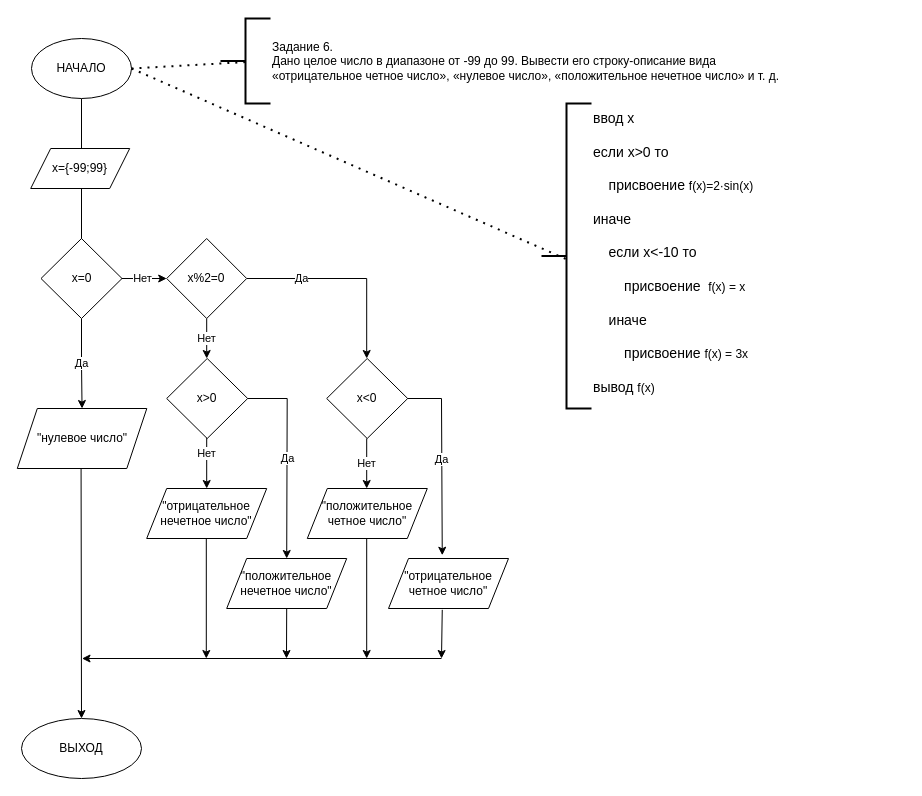
The draw.io diagram Task_01_06.drawio in paweltaranov/Pawel_Taranov_Zadanie_01, before the edit. Source tidied: cells renumbered, new cells numbered last; positions are measured from the earlier drawing's top-left corner, leaving out a move shared by most shapes. Both pictures are drawn from the tidied source at 100%, with x=0, y=0 at pixel (17, 18).
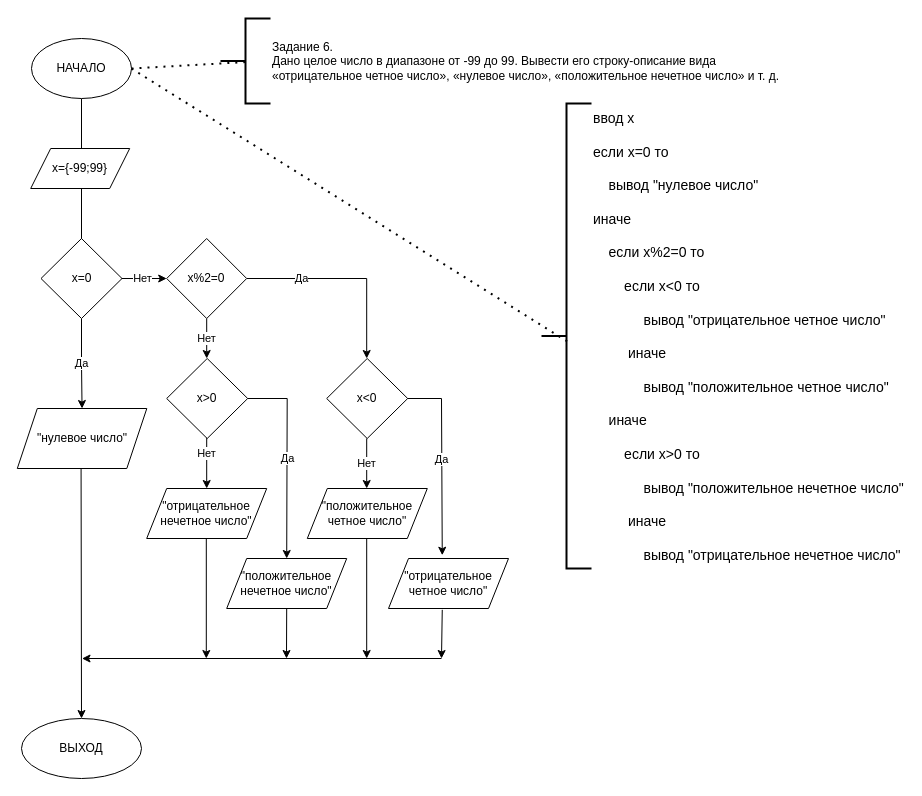
The same page after the edit.

Diff of the diagram source:
```diff
@@
-    <mxCell id="12" value="ввод х&lt;br&gt;&lt;br&gt;если x&amp;gt;0 то&lt;br&gt;&lt;span&gt; &lt;/span&gt;&lt;span&gt; &lt;/span&gt;&lt;br&gt;&lt;span&gt;&lt;/span&gt;&amp;nbsp; &amp;nbsp; присвоение&amp;nbsp;&lt;span style=&quot;font-size: 12px ; text-align: center&quot;&gt;f(x)=2·sin(x)&lt;/span&gt;&lt;br&gt;&amp;nbsp; &amp;nbsp;&amp;nbsp;&lt;br&gt;иначе &lt;br&gt;&amp;nbsp; &amp;nbsp; &lt;br&gt;&amp;nbsp; &amp;nbsp; если x&amp;lt;-10 то&lt;br&gt;&lt;br&gt;&amp;nbsp; &amp;nbsp; &amp;nbsp; &amp;nbsp; присвоение&amp;nbsp;&amp;nbsp;&lt;span style=&quot;font-size: 12px ; text-align: center&quot;&gt;f(x) = x&lt;/span&gt;&lt;br&gt;&lt;br&gt;&amp;nbsp; &amp;nbsp; иначе&amp;nbsp;&lt;br&gt;&lt;br&gt;&amp;nbsp; &amp;nbsp; &amp;nbsp; &amp;nbsp; присвоение&amp;nbsp;&lt;span style=&quot;font-size: 12px ; text-align: center&quot;&gt;f(x) = 3&lt;/span&gt;&lt;span style=&quot;font-size: 12px ; text-align: center&quot;&gt;x&lt;/span&gt;&lt;br&gt;&lt;br&gt;вывод&amp;nbsp;&lt;span style=&quot;font-size: 12px ; text-align: center&quot;&gt;f(x)&lt;/span&gt;" style="strokeWidth=2;html=1;shape=mxgraph.flowchart.annotation_2;align=left;labelPosition=right;verticalAlign=top;fontSize=14;spacing=2;spacingBottom=0;spacingLeft=0;spacingTop=0;horizontal=1;" parent="1" vertex="1">
-      <mxGeometry x="524" y="85" width="50" height="305" as="geometry" />
+    <mxCell id="12" value="ввод х&lt;br&gt;&lt;br&gt;если x=0 то&lt;br&gt;&lt;span&gt; &lt;/span&gt;&lt;span&gt; &lt;/span&gt;&lt;br&gt;&lt;span&gt;&lt;/span&gt;&amp;nbsp; &amp;nbsp; вывод &quot;нулевое число&quot;&lt;br&gt;&amp;nbsp; &amp;nbsp;&amp;nbsp;&lt;br&gt;иначе &lt;br&gt;&amp;nbsp; &amp;nbsp; &lt;br&gt;&amp;nbsp; &amp;nbsp; если x%2=0 то&lt;br&gt;&lt;br&gt;&amp;nbsp; &amp;nbsp; &amp;nbsp; &amp;nbsp; если х&amp;lt;0 то&lt;br&gt;&lt;br&gt;&amp;nbsp; &amp;nbsp; &amp;nbsp; &amp;nbsp; &amp;nbsp; &amp;nbsp; &amp;nbsp;вывод &quot;отрицательное четное число&quot;&lt;br&gt;&lt;br&gt;&amp;nbsp; &amp;nbsp; &amp;nbsp; &amp;nbsp; &amp;nbsp;иначе&amp;nbsp;&amp;nbsp;&lt;br&gt;&lt;br&gt;&amp;nbsp; &amp;nbsp; &amp;nbsp; &amp;nbsp; &amp;nbsp; &amp;nbsp; &amp;nbsp;вывод &quot;положительное четное число&quot;&lt;br&gt;&lt;br&gt;&amp;nbsp; &amp;nbsp; иначе&lt;br&gt;&lt;br&gt;&amp;nbsp; &amp;nbsp; &amp;nbsp; &amp;nbsp; если х&amp;gt;0 то&lt;br&gt;&lt;br&gt;&amp;nbsp; &amp;nbsp; &amp;nbsp; &amp;nbsp; &amp;nbsp; &amp;nbsp; &amp;nbsp;вывод &quot;положительное нечетное число&quot;&lt;br&gt;&lt;br&gt;&amp;nbsp; &amp;nbsp; &amp;nbsp; &amp;nbsp; &amp;nbsp;иначе&amp;nbsp;&amp;nbsp;&lt;br&gt;&lt;br&gt;&amp;nbsp; &amp;nbsp; &amp;nbsp; &amp;nbsp; &amp;nbsp; &amp;nbsp; &amp;nbsp;вывод &quot;отрицательное нечетное число&quot;&amp;nbsp;&lt;br&gt;&lt;br&gt;&amp;nbsp; &amp;nbsp; &amp;nbsp; &amp;nbsp;&amp;nbsp;" style="strokeWidth=2;html=1;shape=mxgraph.flowchart.annotation_2;align=left;labelPosition=right;verticalAlign=top;fontSize=14;spacing=2;spacingBottom=0;spacingLeft=0;spacingTop=0;horizontal=1;" parent="1" vertex="1">
+      <mxGeometry x="524" y="85" width="50" height="465" as="geometry" />
     </mxCell>
```
